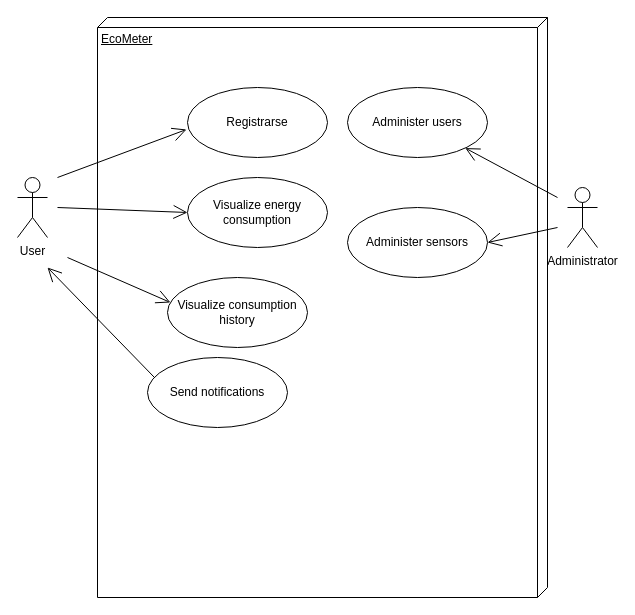
The draw.io diagram page "Página-1" (1 of 2) of Proyecto Final/Primer Avance/Use Case EcoMeter.drawio in ArmandoGomez2001/PWA, before the edit. Source tidied: cells renumbered, new cells numbered last; positions are measured from the earlier drawing's top-left corner, leaving out a move shared by most shapes. Both pictures are drawn from the tidied source at 100%, with x=0, y=0 at pixel (17, 17).
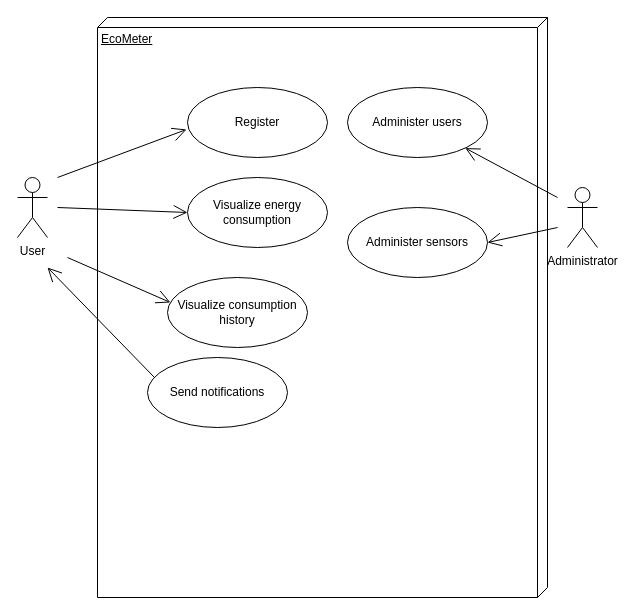
The same diagram, later.

The edit, as a diff of the source:
```diff
@@
-    <mxCell id="5" value="Registrarse" style="ellipse;whiteSpace=wrap;html=1;" parent="1" vertex="1">
+    <mxCell id="5" value="Register" style="ellipse;whiteSpace=wrap;html=1;" parent="1" vertex="1">
       <mxGeometry x="170" y="70" width="140" height="70" as="geometry" />
     </mxCell>
```
